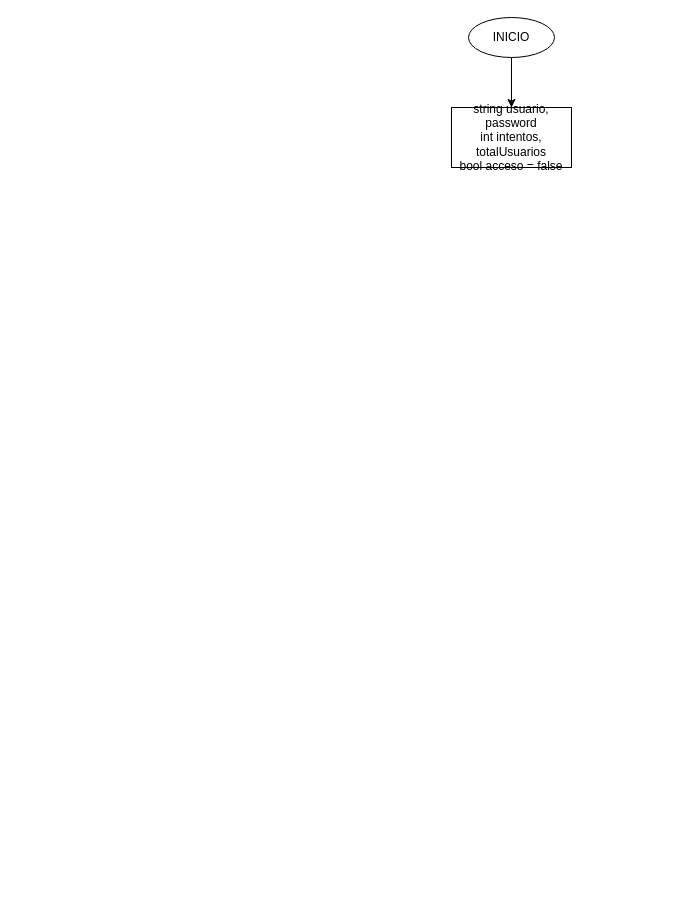
The draw.io diagram Diagrama_Login+Array.drawio in Juan-Antonio-V-O/Practica_4_Login-Array, before the edit. Source tidied: cells renumbered, new cells numbered last; positions are measured from the earlier drawing's top-left corner, leaving out a move shared by most shapes. Both pictures are drawn from the tidied source at 100%, with x=0, y=0 at pixel (451, 17).
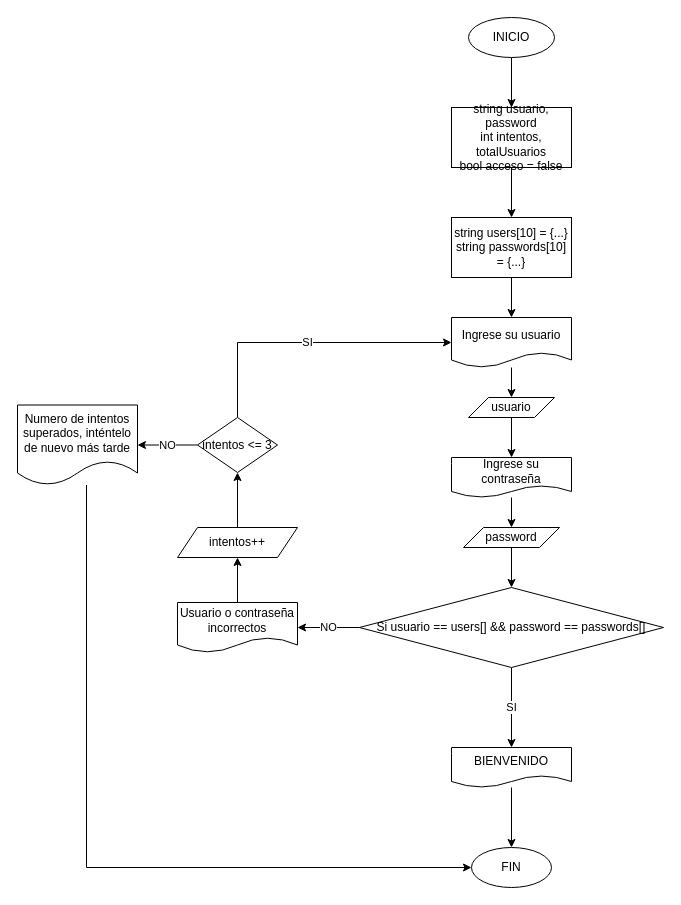
After the change.

The change refers to these unchanged cells:
```xml
<mxCell id="4" value="string usuario, password&lt;div&gt;int intentos, totalUsuarios&lt;/div&gt;&lt;div&gt;bool acceso = false&lt;/div&gt;" style="whiteSpace=wrap;html=1;" parent="1" vertex="1">
  <mxGeometry y="90" width="120" height="60" as="geometry" />
</mxCell>
```

What changed in the source:
```diff
@@
+    <mxCell id="5" style="edgeStyle=orthogonalEdgeStyle;rounded=0;jettySize=auto;html=1;" parent="1" edge="1" source="4" target="7">
+      <mxGeometry relative="1" as="geometry" />
+    </mxCell>
@@
+    <mxCell id="6" style="edgeStyle=orthogonalEdgeStyle;rounded=0;jettySize=auto;html=1;" parent="1" edge="1" source="7" target="9">
+      <mxGeometry relative="1" as="geometry" />
+    </mxCell>
+    <mxCell id="7" value="string users[10] = {...}&lt;div&gt;string passwords[10] = {...}&lt;/div&gt;" style="whiteSpace=wrap;html=1;" parent="1" vertex="1">
+      <mxGeometry y="200" width="120" height="60" as="geometry" />
+    </mxCell>
+    <mxCell id="8" style="edgeStyle=orthogonalEdgeStyle;rounded=0;jettySize=auto;html=1;" parent="1" edge="1" source="9" target="11">
+      <mxGeometry relative="1" as="geometry" />
+    </mxCell>
+    <mxCell id="9" value="Ingrese su usuario" style="shape=document;whiteSpace=wrap;html=1;boundedLbl=1;" parent="1" vertex="1">
+      <mxGeometry y="300" width="120" height="50" as="geometry" />
+    </mxCell>
+    <mxCell id="10" style="edgeStyle=orthogonalEdgeStyle;rounded=0;jettySize=auto;html=1;" parent="1" edge="1" source="11" target="13">
+      <mxGeometry relative="1" as="geometry" />
+    </mxCell>
+    <mxCell id="11" value="usuario" style="shape=parallelogram;perimeter=parallelogramPerimeter;whiteSpace=wrap;html=1;fixedSize=1;" parent="1" vertex="1">
+      <mxGeometry x="17" y="380" width="86" height="20" as="geometry" />
+    </mxCell>
+    <mxCell id="12" style="edgeStyle=orthogonalEdgeStyle;rounded=0;jettySize=auto;html=1;" parent="1" edge="1" source="13" target="15">
+      <mxGeometry relative="1" as="geometry" />
+    </mxCell>
+    <mxCell id="13" value="Ingrese su contraseña" style="shape=document;whiteSpace=wrap;html=1;boundedLbl=1;" parent="1" vertex="1">
+      <mxGeometry y="440" width="120" height="40" as="geometry" />
+    </mxCell>
+    <mxCell id="14" style="edgeStyle=orthogonalEdgeStyle;rounded=0;jettySize=auto;html=1;" parent="1" edge="1" source="15" target="18">
+      <mxGeometry relative="1" as="geometry" />
+    </mxCell>
+    <mxCell id="15" value="password" style="shape=parallelogram;perimeter=parallelogramPerimeter;whiteSpace=wrap;html=1;fixedSize=1;" parent="1" vertex="1">
+      <mxGeometry x="12" y="510" width="96" height="20" as="geometry" />
+    </mxCell>
+    <mxCell id="16" value="SI" style="edgeStyle=orthogonalEdgeStyle;rounded=0;jettySize=auto;html=1;" parent="1" edge="1" source="18" target="20">
+      <mxGeometry relative="1" as="geometry" />
+    </mxCell>
+    <mxCell id="17" value="NO" style="edgeStyle=orthogonalEdgeStyle;rounded=0;jettySize=auto;html=1;" parent="1" edge="1" source="18" target="22">
+      <mxGeometry relative="1" as="geometry" />
+    </mxCell>
+    <mxCell id="18" value="Si usuario == users[] &amp;amp;&amp;amp; password == passwords[]" style="rhombus;whiteSpace=wrap;html=1;" parent="1" vertex="1">
+      <mxGeometry x="-92" y="570" width="304" height="80" as="geometry" />
+    </mxCell>
+    <mxCell id="19" style="edgeStyle=orthogonalEdgeStyle;rounded=0;jettySize=auto;html=1;" parent="1" edge="1" source="20" target="30">
+      <mxGeometry relative="1" as="geometry" />
+    </mxCell>
+    <mxCell id="20" value="BIENVENIDO" style="shape=document;whiteSpace=wrap;html=1;boundedLbl=1;" parent="1" vertex="1">
+      <mxGeometry y="730" width="120" height="40" as="geometry" />
+    </mxCell>
+    <mxCell id="21" style="edgeStyle=orthogonalEdgeStyle;rounded=0;jettySize=auto;html=1;" parent="1" edge="1" source="22" target="24">
+      <mxGeometry relative="1" as="geometry" />
+    </mxCell>
+    <mxCell id="22" value="Usuario o contraseña incorrectos" style="shape=document;whiteSpace=wrap;html=1;boundedLbl=1;" parent="1" vertex="1">
+      <mxGeometry x="-274" y="585" width="120" height="50" as="geometry" />
+    </mxCell>
+    <mxCell id="23" style="edgeStyle=orthogonalEdgeStyle;rounded=0;jettySize=auto;html=1;" parent="1" edge="1" source="24" target="27">
+      <mxGeometry relative="1" as="geometry" />
+    </mxCell>
+    <mxCell id="24" value="intentos++" style="shape=parallelogram;perimeter=parallelogramPerimeter;whiteSpace=wrap;html=1;fixedSize=1;" parent="1" vertex="1">
+      <mxGeometry x="-274" y="510" width="120" height="30" as="geometry" />
+    </mxCell>
+    <mxCell id="25" value="SI" style="edgeStyle=orthogonalEdgeStyle;rounded=0;jettySize=auto;html=1;entryX=0;entryY=0.5;entryDx=0;entryDy=0;" parent="1" edge="1" source="27" target="9">
+      <mxGeometry relative="1" as="geometry">
+        <Array as="points">
+          <mxPoint x="-214" y="325" />
+        </Array>
+      </mxGeometry>
+    </mxCell>
+    <mxCell id="26" value="NO" style="edgeStyle=orthogonalEdgeStyle;rounded=0;jettySize=auto;html=1;" parent="1" edge="1" source="27" target="29">
+      <mxGeometry relative="1" as="geometry" />
+    </mxCell>
+    <mxCell id="27" value="intentos &amp;lt;= 3" style="rhombus;whiteSpace=wrap;html=1;" parent="1" vertex="1">
+      <mxGeometry x="-254" y="400" width="80" height="55" as="geometry" />
+    </mxCell>
+    <mxCell id="28" style="edgeStyle=orthogonalEdgeStyle;rounded=0;jettySize=auto;html=1;entryX=0;entryY=0.5;entryDx=0;entryDy=0;" parent="1" edge="1" source="29" target="30">
+      <mxGeometry relative="1" as="geometry">
+        <Array as="points">
+          <mxPoint x="-365" y="850" />
+        </Array>
+      </mxGeometry>
+    </mxCell>
+    <mxCell id="29" value="Numero de intentos superados, inténtelo de nuevo más tarde" style="shape=document;whiteSpace=wrap;html=1;boundedLbl=1;" parent="1" vertex="1">
+      <mxGeometry x="-434" y="387.5" width="120" height="80" as="geometry" />
+    </mxCell>
+    <mxCell id="30" value="FIN" style="ellipse;whiteSpace=wrap;html=1;" parent="1" vertex="1">
+      <mxGeometry x="20" y="830" width="80" height="40" as="geometry" />
+    </mxCell>
```
